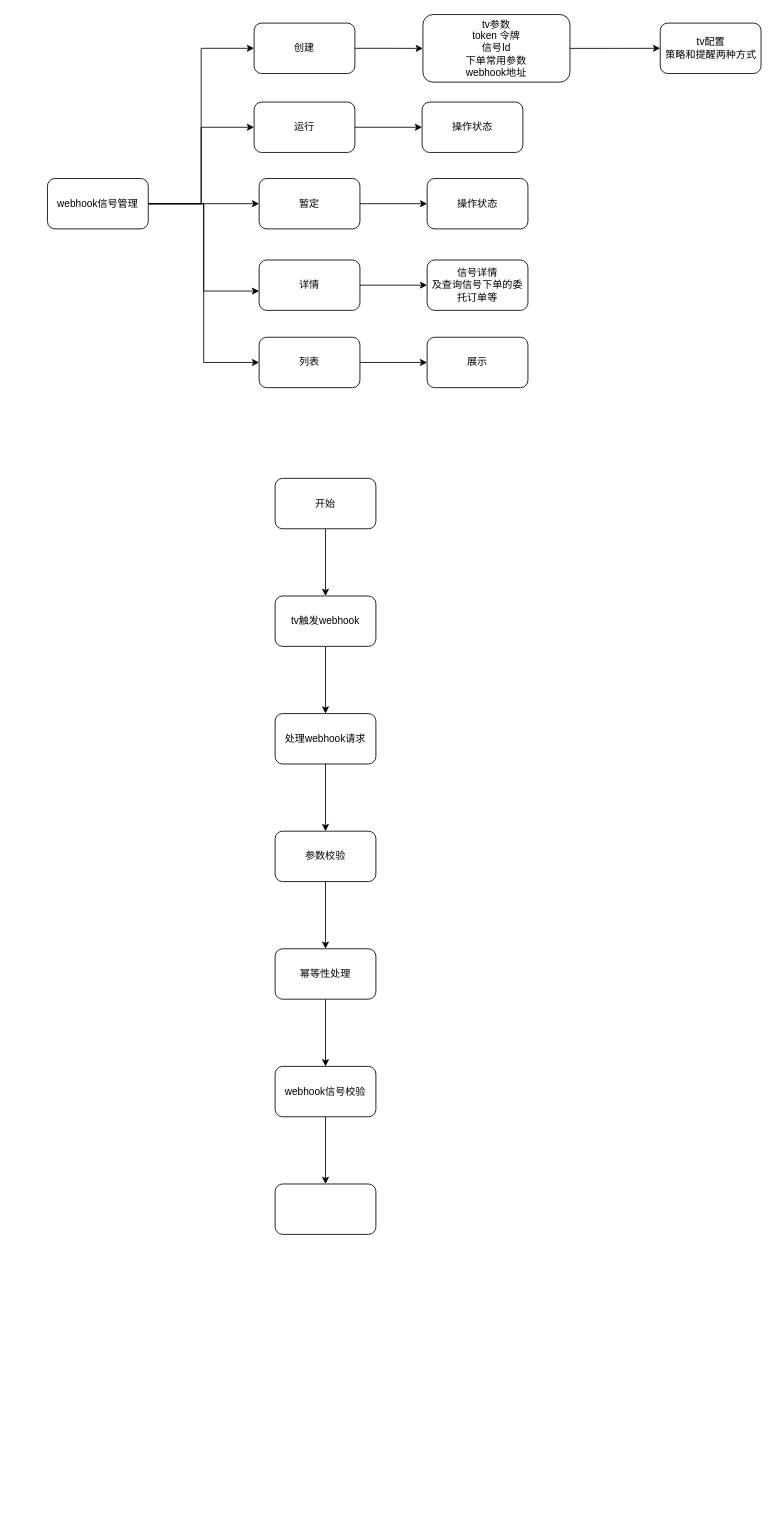
This is webhook.drawio from xu-xiwei/drawio, a draw.io file, before an edit. Source tidied: cells renumbered, new cells numbered last; positions are measured from the earlier drawing's top-left corner, leaving out a move shared by most shapes. Both pictures are drawn from the tidied source at 84%, with x=0, y=0 at pixel (47, 14).
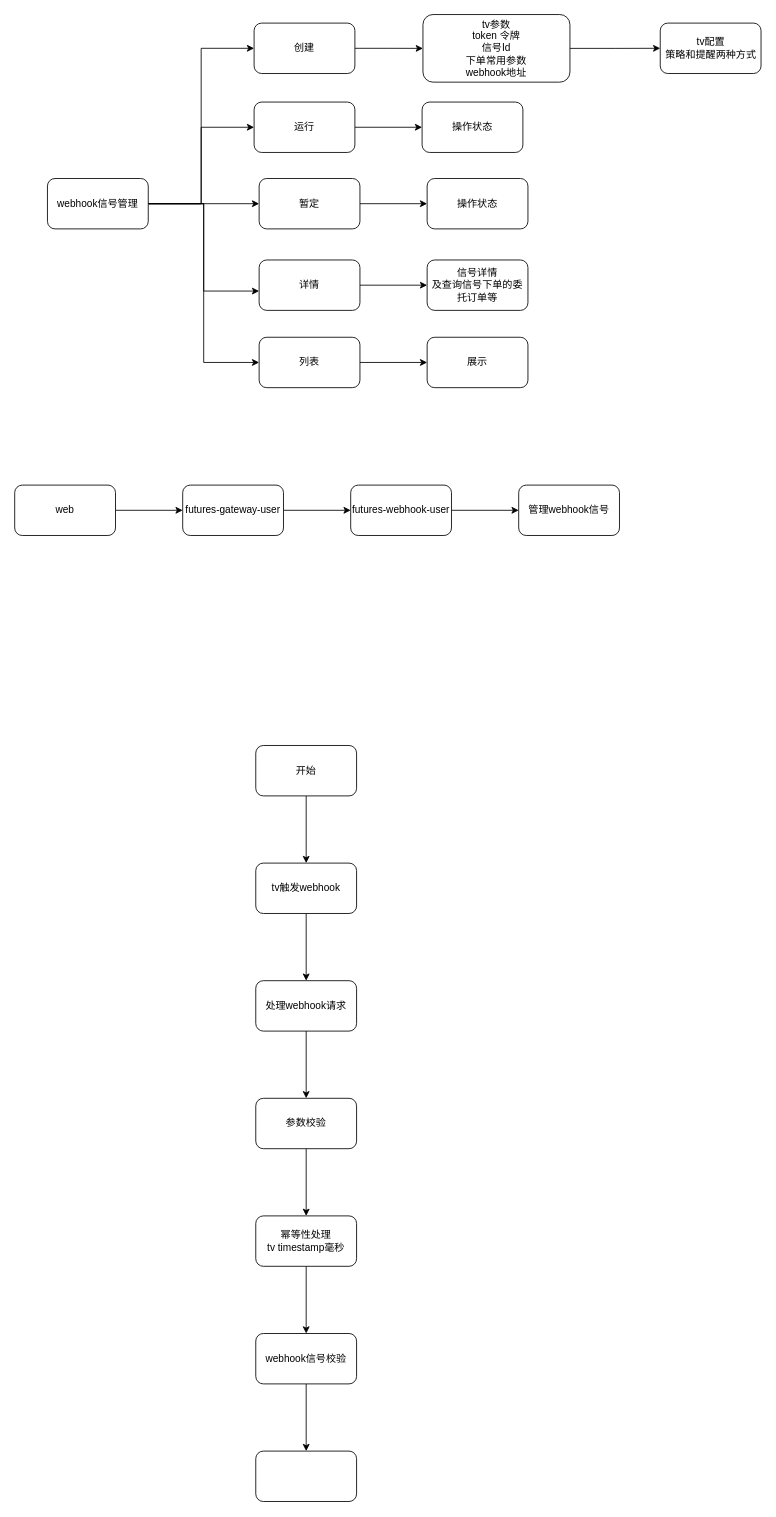
After the change.

Diff of the diagram source:
```diff
@@
     <mxCell id="26" value="开始" style="rounded=1;whiteSpace=wrap;html=1;" parent="1" vertex="1">
-      <mxGeometry x="271" y="552" width="120" height="60" as="geometry" />
+      <mxGeometry x="248" y="870" width="120" height="60" as="geometry" />
     </mxCell>
@@
     <mxCell id="28" value="tv触发webhook" style="whiteSpace=wrap;html=1;rounded=1;" parent="1" vertex="1">
-      <mxGeometry x="271" y="692" width="120" height="60" as="geometry" />
+      <mxGeometry x="248" y="1010" width="120" height="60" as="geometry" />
     </mxCell>
@@
     <mxCell id="30" value="处理webhook请求" style="whiteSpace=wrap;html=1;rounded=1;" parent="1" vertex="1">
-      <mxGeometry x="271" y="832" width="120" height="60" as="geometry" />
+      <mxGeometry x="248" y="1150" width="120" height="60" as="geometry" />
     </mxCell>
@@
     <mxCell id="32" value="参数校验" style="whiteSpace=wrap;html=1;rounded=1;" parent="1" vertex="1">
-      <mxGeometry x="271" y="972" width="120" height="60" as="geometry" />
+      <mxGeometry x="248" y="1290" width="120" height="60" as="geometry" />
     </mxCell>
@@
-    <mxCell id="34" value="幂等性处理" style="whiteSpace=wrap;html=1;rounded=1;" parent="1" vertex="1">
-      <mxGeometry x="271" y="1112" width="120" height="60" as="geometry" />
+    <mxCell id="34" value="幂等性处理&lt;div&gt;tv timestamp毫秒&lt;/div&gt;" style="whiteSpace=wrap;html=1;rounded=1;" parent="1" vertex="1">
+      <mxGeometry x="248" y="1430" width="120" height="60" as="geometry" />
     </mxCell>
@@
     <mxCell id="36" value="webhook信号校验" style="whiteSpace=wrap;html=1;rounded=1;" parent="1" vertex="1">
-      <mxGeometry x="271" y="1252" width="120" height="60" as="geometry" />
+      <mxGeometry x="248" y="1570" width="120" height="60" as="geometry" />
     </mxCell>
     <mxCell id="37" style="whiteSpace=wrap;html=1;rounded=1;" parent="1" vertex="1">
-      <mxGeometry x="271" y="1392" width="120" height="60" as="geometry" />
+      <mxGeometry x="248" y="1710" width="120" height="60" as="geometry" />
     </mxCell>
+    <mxCell id="38" style="edgeStyle=orthogonalEdgeStyle;rounded=0;jettySize=auto;html=1;" parent="1" edge="1" source="39" target="41">
+      <mxGeometry relative="1" as="geometry" />
+    </mxCell>
+    <mxCell id="39" value="web" style="rounded=1;whiteSpace=wrap;html=1;" parent="1" vertex="1">
+      <mxGeometry x="-39" y="560" width="120" height="60" as="geometry" />
+    </mxCell>
+    <mxCell id="40" style="edgeStyle=orthogonalEdgeStyle;rounded=0;jettySize=auto;html=1;" parent="1" edge="1" source="41" target="43">
+      <mxGeometry relative="1" as="geometry" />
+    </mxCell>
+    <mxCell id="41" value="futures-gateway-user" style="whiteSpace=wrap;html=1;rounded=1;" parent="1" vertex="1">
+      <mxGeometry x="161" y="560" width="120" height="60" as="geometry" />
+    </mxCell>
+    <mxCell id="42" style="edgeStyle=orthogonalEdgeStyle;rounded=0;jettySize=auto;html=1;" parent="1" edge="1" source="43" target="44">
+      <mxGeometry relative="1" as="geometry" />
+    </mxCell>
+    <mxCell id="43" value="futures-webhook-user" style="whiteSpace=wrap;html=1;rounded=1;" parent="1" vertex="1">
+      <mxGeometry x="361" y="560" width="120" height="60" as="geometry" />
+    </mxCell>
+    <mxCell id="44" value="管理webhook信号" style="whiteSpace=wrap;html=1;rounded=1;" parent="1" vertex="1">
+      <mxGeometry x="561" y="560" width="120" height="60" as="geometry" />
+    </mxCell>
```
